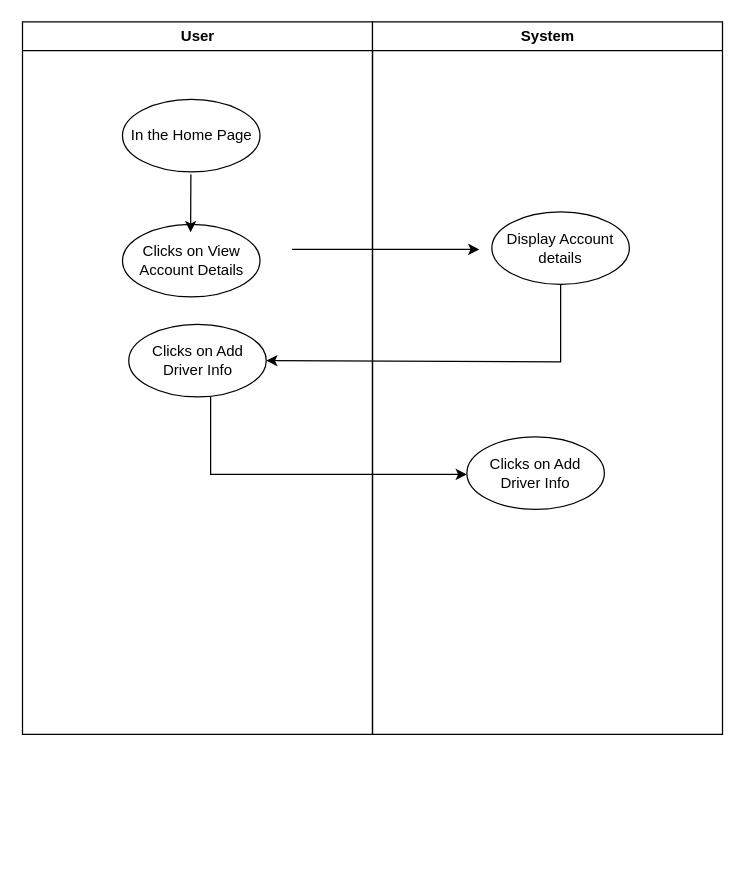
Earlier version of the draw.io diagram Untitled Diagram.drawio (DataWizMaster/Web-Application-Development). Source tidied: cells renumbered, new cells numbered last; positions are measured from the earlier drawing's top-left corner, leaving out a move shared by most shapes. Both pictures are drawn from the tidied source at 125%, with x=0, y=0 at pixel (21, 21).
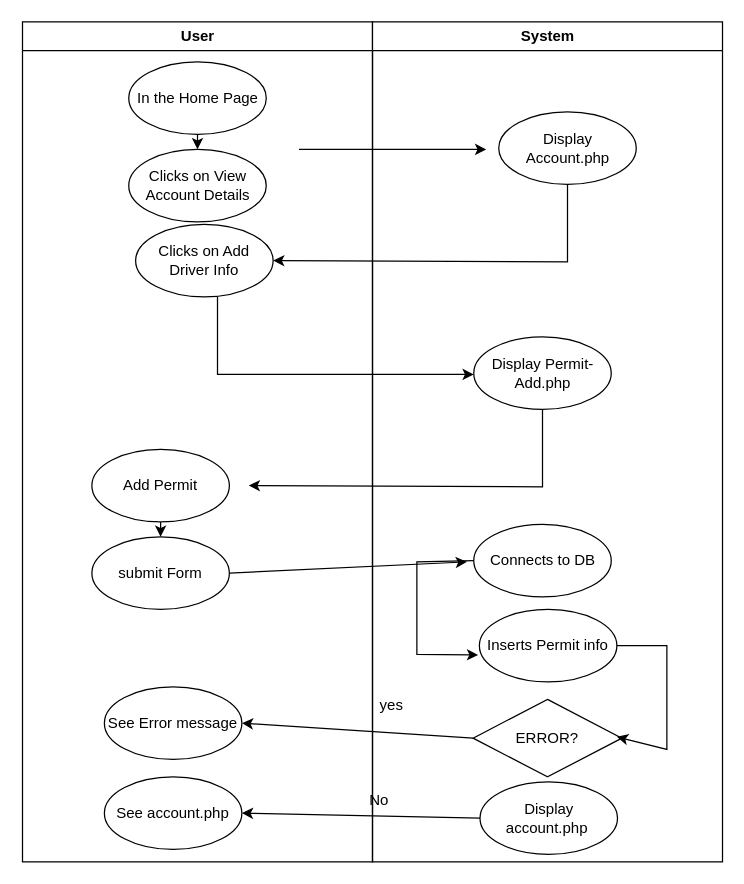
The same diagram, later.

What changed in the source:
```diff
@@
     <mxCell id="2" value="User" style="swimlane;whiteSpace=wrap;" parent="1" vertex="1">
-      <mxGeometry x="0.5" width="280" height="570" as="geometry" />
+      <mxGeometry x="0.5" width="280" height="672" as="geometry" />
     </mxCell>
     <mxCell id="3" value="In the Home Page" style="ellipse;whiteSpace=wrap;html=1;" parent="2" vertex="1">
-      <mxGeometry x="80" y="62" width="110" height="58" as="geometry" />
+      <mxGeometry x="85" y="32" width="110" height="58" as="geometry" />
     </mxCell>
     <mxCell id="4" value="Clicks on View Account Details" style="ellipse;whiteSpace=wrap;html=1;" parent="2" vertex="1">
-      <mxGeometry x="80" y="162" width="110" height="58" as="geometry" />
+      <mxGeometry x="85" y="102" width="110" height="58" as="geometry" />
     </mxCell>
-    <mxCell id="5" style="endArrow=classic;html=1;rounded=0;exitX=0.543;exitY=0.89;exitDx=0;exitDy=0;exitPerimeter=0;" parent="2" edge="1">
-      <mxGeometry relative="1" as="geometry">
-        <mxPoint x="134.7" y="122" as="sourcePoint" />
-        <mxPoint x="134.5" y="168.4" as="targetPoint" />
-      </mxGeometry>
-    </mxCell>
+    <mxCell id="13" style="endArrow=classic;html=1;rounded=0;exitX=0.5;exitY=1;exitDx=0;exitDy=0;" parent="2" edge="1" source="3" target="4">
+      <mxGeometry relative="1" as="geometry" />
+    </mxCell>
+    <mxCell id="14" value="See Error message" style="ellipse;whiteSpace=wrap;html=1;" parent="2" vertex="1">
+      <mxGeometry x="65.5" y="532" width="110" height="58" as="geometry" />
+    </mxCell>
+    <mxCell id="15" value="See account.php" style="ellipse;whiteSpace=wrap;html=1;" parent="2" vertex="1">
+      <mxGeometry x="65.5" y="604" width="110" height="58" as="geometry" />
+    </mxCell>
+    <mxCell id="9" value="System" style="swimlane;whiteSpace=wrap;" parent="1" vertex="1">
+      <mxGeometry x="280.5" width="280" height="672" as="geometry" />
+    </mxCell>
-    <mxCell id="6" style="endArrow=classic;html=1;rounded=0;exitX=0.543;exitY=0.89;exitDx=0;exitDy=0;exitPerimeter=0;" parent="2" edge="1">
+    <mxCell id="6" style="endArrow=classic;html=1;rounded=0;exitX=0.543;exitY=0.89;exitDx=0;exitDy=0;exitPerimeter=0;" parent="9" edge="1">
       <mxGeometry relative="1" as="geometry">
-        <mxPoint x="215.7" y="182" as="sourcePoint" />
-        <mxPoint x="365.5" y="182" as="targetPoint" />
+        <mxPoint x="-58.8" y="102" as="sourcePoint" />
+        <mxPoint x="91" y="102" as="targetPoint" />
       </mxGeometry>
     </mxCell>
+    <mxCell id="10" value="Display Account.php" style="ellipse;whiteSpace=wrap;html=1;" parent="9" vertex="1">
+      <mxGeometry x="101" y="72" width="110" height="58" as="geometry" />
+    </mxCell>
+    <mxCell id="12" style="endArrow=classic;html=1;rounded=0;exitX=0.5;exitY=1;exitDx=0;exitDy=0;entryX=1;entryY=0.5;entryDx=0;entryDy=0;" parent="9" edge="1" source="10" target="7">
+      <mxGeometry relative="1" as="geometry">
+        <Array as="points">
+          <mxPoint x="156" y="192" />
+        </Array>
+      </mxGeometry>
+    </mxCell>
-    <mxCell id="7" value="Clicks on Add Driver Info" style="ellipse;whiteSpace=wrap;html=1;" parent="2" vertex="1">
-      <mxGeometry x="85" y="242" width="110" height="58" as="geometry" />
+    <mxCell id="7" value="Clicks on Add Driver Info" style="ellipse;whiteSpace=wrap;html=1;" parent="9" vertex="1">
+      <mxGeometry x="-189.5" y="162" width="110" height="58" as="geometry" />
     </mxCell>
-    <mxCell id="8" style="endArrow=classic;html=1;rounded=0;exitX=0.5;exitY=1;exitDx=0;exitDy=0;" parent="2" edge="1">
+    <mxCell id="8" style="endArrow=classic;html=1;rounded=0;exitX=0.5;exitY=1;exitDx=0;exitDy=0;" parent="9" edge="1">
       <mxGeometry relative="1" as="geometry">
-        <mxPoint x="150.5" y="300" as="sourcePoint" />
-        <mxPoint x="355.5" y="362" as="targetPoint" />
+        <mxPoint x="-124" y="220" as="sourcePoint" />
+        <mxPoint x="81" y="282" as="targetPoint" />
         <Array as="points">
-          <mxPoint x="150.5" y="362" />
+          <mxPoint x="-124" y="282" />
         </Array>
       </mxGeometry>
     </mxCell>
-    <mxCell id="9" value="System" style="swimlane;whiteSpace=wrap;" parent="1" vertex="1">
-      <mxGeometry x="280.5" width="280" height="570" as="geometry" />
-    </mxCell>
-    <mxCell id="10" value="Display Account details" style="ellipse;whiteSpace=wrap;html=1;" parent="9" vertex="1">
-      <mxGeometry x="95.5" y="152" width="110" height="58" as="geometry" />
-    </mxCell>
-    <mxCell id="11" value="Clicks on Add Driver Info" style="ellipse;whiteSpace=wrap;html=1;" parent="9" vertex="1">
-      <mxGeometry x="75.5" y="332" width="110" height="58" as="geometry" />
+    <mxCell id="11" value="Display Permit-Add.php" style="ellipse;whiteSpace=wrap;html=1;" parent="9" vertex="1">
+      <mxGeometry x="81" y="252" width="110" height="58" as="geometry" />
     </mxCell>
-    <mxCell id="12" style="endArrow=classic;html=1;rounded=0;exitX=0.5;exitY=1;exitDx=0;exitDy=0;entryX=1;entryY=0.5;entryDx=0;entryDy=0;" parent="1" edge="1" source="10" target="7">
-      <mxGeometry relative="1" as="geometry">
-        <Array as="points">
-          <mxPoint x="431" y="272" />
-        </Array>
-      </mxGeometry>
-    </mxCell>
+    <mxCell id="16" style="endArrow=classic;html=1;rounded=0;exitX=0.5;exitY=1;exitDx=0;exitDy=0;entryX=1;entryY=0.5;entryDx=0;entryDy=0;" parent="9" edge="1">
+      <mxGeometry relative="1" as="geometry">
+        <mxPoint x="136" y="310" as="sourcePoint" />
+        <mxPoint x="-99" y="371" as="targetPoint" />
+        <Array as="points">
+          <mxPoint x="136" y="372" />
+        </Array>
+      </mxGeometry>
+    </mxCell>
+    <mxCell id="17" value="Add Permit" style="ellipse;whiteSpace=wrap;html=1;" parent="9" vertex="1">
+      <mxGeometry x="-224.5" y="342" width="110" height="58" as="geometry" />
+    </mxCell>
+    <mxCell id="18" value="submit Form" style="ellipse;whiteSpace=wrap;html=1;" parent="9" vertex="1">
+      <mxGeometry x="-224.5" y="412" width="110" height="58" as="geometry" />
+    </mxCell>
+    <mxCell id="19" value="Connects to&amp;nbsp;DB" style="ellipse;whiteSpace=wrap;html=1;" parent="9" vertex="1">
+      <mxGeometry x="81" y="402" width="110" height="58" as="geometry" />
+    </mxCell>
+    <mxCell id="20" value="Inserts Permit info" style="ellipse;whiteSpace=wrap;html=1;" parent="9" vertex="1">
+      <mxGeometry x="85.5" y="470" width="110" height="58" as="geometry" />
+    </mxCell>
+    <mxCell id="21" value="ERROR?" style="rhombus;whiteSpace=wrap;html=1;" parent="9" vertex="1">
+      <mxGeometry x="80.5" y="542" width="119" height="62" as="geometry" />
+    </mxCell>
+    <mxCell id="22" value="Display account.php&amp;nbsp;" style="ellipse;whiteSpace=wrap;html=1;" parent="9" vertex="1">
+      <mxGeometry x="86" y="608" width="110" height="58" as="geometry" />
+    </mxCell>
+    <mxCell id="23" style="endArrow=classic;html=1;rounded=0;exitX=0;exitY=0.5;exitDx=0;exitDy=0;entryX=-0.009;entryY=0.628;entryDx=0;entryDy=0;entryPerimeter=0;" parent="9" edge="1" source="19" target="20">
+      <mxGeometry relative="1" as="geometry">
+        <Array as="points">
+          <mxPoint x="35.5" y="432" />
+          <mxPoint x="35.5" y="506" />
+        </Array>
+      </mxGeometry>
+    </mxCell>
+    <mxCell id="24" style="endArrow=classic;html=1;rounded=0;exitX=1;exitY=0.5;exitDx=0;exitDy=0;" parent="9" edge="1" source="20">
+      <mxGeometry relative="1" as="geometry">
+        <mxPoint x="195.5" y="572" as="targetPoint" />
+        <Array as="points">
+          <mxPoint x="235.5" y="499" />
+          <mxPoint x="235.5" y="542" />
+          <mxPoint x="235.5" y="582" />
+        </Array>
+      </mxGeometry>
+    </mxCell>
+    <mxCell id="25" style="endArrow=classic;html=1;rounded=0;exitX=0.5;exitY=1;exitDx=0;exitDy=0;entryX=0.5;entryY=0;entryDx=0;entryDy=0;" parent="9" edge="1" source="17" target="18">
+      <mxGeometry relative="1" as="geometry" />
+    </mxCell>
+    <mxCell id="26" value="No" style="text;html=1;align=center;verticalAlign=middle;whiteSpace=wrap;rounded=0;" parent="9" vertex="1">
+      <mxGeometry x="-24.5" y="608" width="60" height="30" as="geometry" />
+    </mxCell>
+    <mxCell id="27" style="endArrow=classic;html=1;rounded=0;exitX=0;exitY=0.5;exitDx=0;exitDy=0;entryX=1;entryY=0.5;entryDx=0;entryDy=0;" parent="1" edge="1" source="21" target="14">
+      <mxGeometry relative="1" as="geometry" />
+    </mxCell>
+    <mxCell id="28" style="endArrow=classic;html=1;rounded=0;exitX=0;exitY=0.5;exitDx=0;exitDy=0;entryX=1;entryY=0.5;entryDx=0;entryDy=0;" parent="1" edge="1" source="22" target="15">
+      <mxGeometry relative="1" as="geometry" />
+    </mxCell>
+    <mxCell id="29" style="endArrow=classic;html=1;rounded=0;exitX=1;exitY=0.5;exitDx=0;exitDy=0;" parent="1" edge="1" source="18">
+      <mxGeometry relative="1" as="geometry">
+        <mxPoint x="356" y="432" as="targetPoint" />
+      </mxGeometry>
+    </mxCell>
+    <mxCell id="30" value="yes" style="text;html=1;align=center;verticalAlign=middle;whiteSpace=wrap;rounded=0;" parent="1" vertex="1">
+      <mxGeometry x="266" y="532" width="60" height="30" as="geometry" />
+    </mxCell>
```
